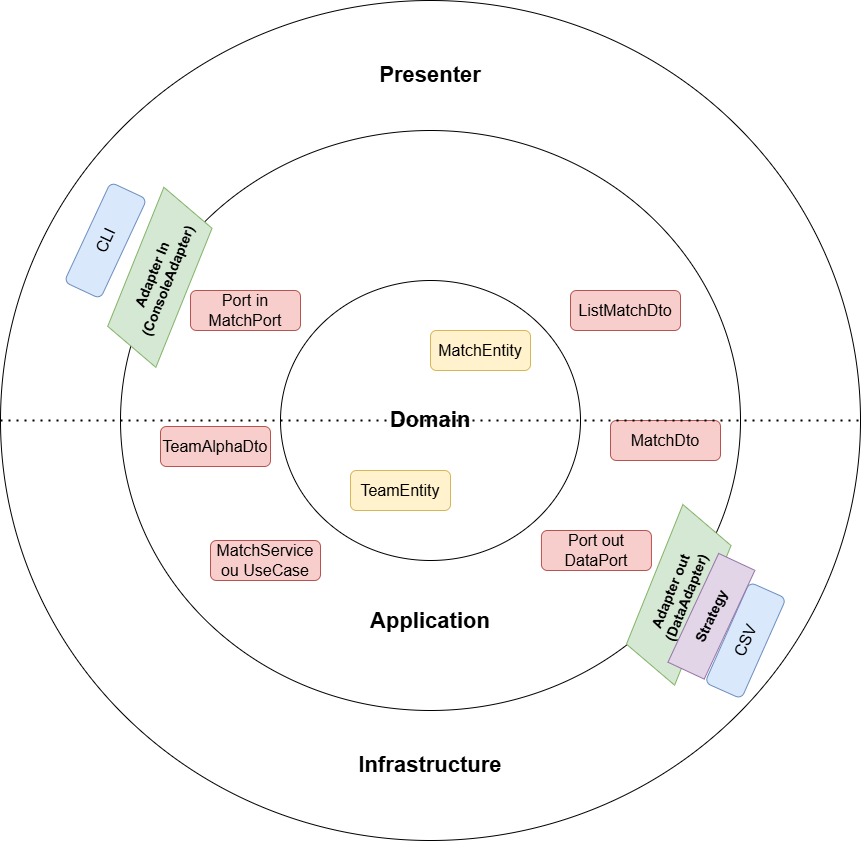
Above: Schema_Architecture/CleanArchitecture.png in Leknif571/RecomandationCalculus (draw.io), before the change. Source tidied: cells renumbered, new cells last; positions are measured from the earlier drawing's top-left corner, leaving out a move shared by most shapes.
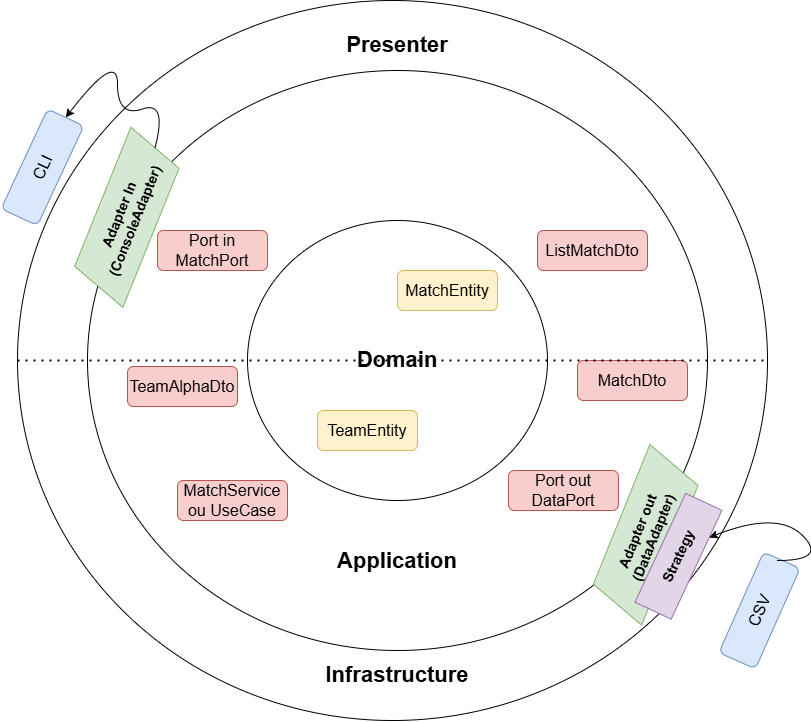
Above is the later version.

The edit, as a diff of the source:
```diff
@@ -3,7 +3,7 @@
     <mxCell id="0" />
     <mxCell id="1" parent="0" />
     <mxCell id="2" style="ellipse;whiteSpace=wrap;html=1;" parent="1" vertex="1">
-      <mxGeometry width="860" height="840" as="geometry" />
+      <mxGeometry x="50" y="60" width="750" height="720" as="geometry" />
     </mxCell>
     <mxCell id="3" style="ellipse;whiteSpace=wrap;html=1;" parent="1" vertex="1">
       <mxGeometry x="120" y="130" width="620" height="580" as="geometry" />
@@ -27,7 +27,7 @@
       <mxGeometry x="400" y="605.8" width="60" height="30" as="geometry" />
     </mxCell>
     <mxCell id="10" value="&lt;font style=&quot;font-size: 22px;&quot;&gt;&lt;b&gt;Infrastructure&lt;/b&gt;&lt;/font&gt;" style="text;html=1;whiteSpace=wrap;strokeColor=none;fillColor=none;align=center;verticalAlign=middle;rounded=0;" parent="1" vertex="1">
-      <mxGeometry x="400" y="750" width="60" height="30" as="geometry" />
+      <mxGeometry x="400" y="720" width="60" height="30" as="geometry" />
     </mxCell>
     <mxCell id="11" value="&lt;font style=&quot;font-size: 16px;&quot;&gt;MatchService ou UseCase&lt;/font&gt;" style="rounded=1;whiteSpace=wrap;html=1;fillColor=#f8cecc;strokeColor=#b85450;" parent="1" vertex="1">
       <mxGeometry x="210" y="540" width="110" height="40" as="geometry" />
@@ -48,10 +48,10 @@
       <mxGeometry relative="1" as="geometry" />
     </mxCell>
     <mxCell id="17" value="&lt;font style=&quot;font-size: 16px;&quot;&gt;CLI&lt;/font&gt;" style="rounded=1;whiteSpace=wrap;html=1;fillColor=#dae8fc;strokeColor=#6c8ebf;rotation=-65;" parent="1" vertex="1">
-      <mxGeometry x="50" y="220" width="110" height="40" as="geometry" />
+      <mxGeometry x="20" y="206.8" width="110" height="40" as="geometry" />
     </mxCell>
     <mxCell id="18" value="&lt;font style=&quot;font-size: 16px;&quot;&gt;CSV&lt;/font&gt;" style="rounded=1;whiteSpace=wrap;html=1;fillColor=#dae8fc;strokeColor=#6c8ebf;rotation=-66;" parent="1" vertex="1">
-      <mxGeometry x="690" y="620" width="110" height="40" as="geometry" />
+      <mxGeometry x="737" y="650" width="110" height="40" as="geometry" />
     </mxCell>
     <mxCell id="19" value="&lt;b&gt;&lt;font style=&quot;font-size: 14px;&quot;&gt;Strategy&lt;/font&gt;&lt;/b&gt;" style="rounded=0;whiteSpace=wrap;html=1;rotation=-65;fillColor=#e1d5e7;strokeColor=#9673a6;" parent="1" vertex="1">
       <mxGeometry x="650.9" y="595.8" width="120" height="40" as="geometry" />
@@ -60,7 +60,25 @@
       <mxGeometry x="540.9" y="530" width="110" height="40" as="geometry" />
     </mxCell>
     <mxCell id="21" value="&lt;font style=&quot;font-size: 22px;&quot;&gt;&lt;b&gt;Presenter&lt;/b&gt;&lt;/font&gt;" style="text;html=1;whiteSpace=wrap;strokeColor=none;fillColor=none;align=center;verticalAlign=middle;rounded=0;" parent="1" vertex="1">
-      <mxGeometry x="400" y="60" width="60" height="30" as="geometry" />
+      <mxGeometry x="400" y="90" width="60" height="30" as="geometry" />
     </mxCell>
+    <mxCell id="22" style="curved=1;endArrow=classic;html=1;rounded=0;entryX=0.75;entryY=1;entryDx=0;entryDy=0;" parent="1" edge="1" target="19">
+      <mxGeometry relative="1" as="geometry">
+        <mxPoint x="810" y="620" as="sourcePoint" />
+        <Array as="points">
+          <mxPoint x="860" y="620" />
+          <mxPoint x="810" y="570" />
+        </Array>
+      </mxGeometry>
+    </mxCell>
+    <mxCell id="23" style="curved=1;endArrow=classic;html=1;rounded=0;exitX=1;exitY=0.5;exitDx=0;exitDy=0;entryX=1;entryY=0.5;entryDx=0;entryDy=0;" parent="1" edge="1" source="5" target="17">
+      <mxGeometry relative="1" as="geometry">
+        <Array as="points">
+          <mxPoint x="200" y="160" />
+          <mxPoint x="150" y="177" />
+          <mxPoint x="150" y="110" />
+        </Array>
+      </mxGeometry>
+    </mxCell>
   </root>
 </mxGraphModel>
```
